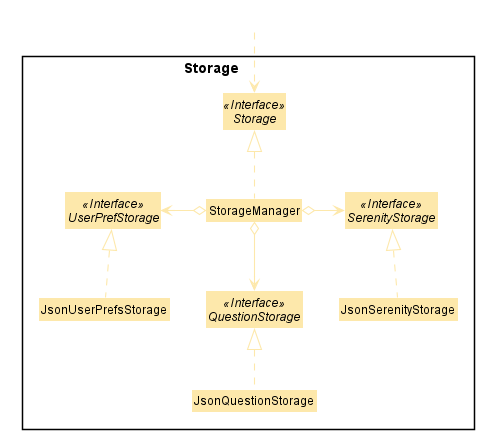
Above: docs/images/developerGuide/StorageClassDiagram.png in xinyee20/tp (PlantUML), before the change. The source it was exported from:
```plantuml
@startuml











skinparam BackgroundColor #FFFFFFF

skinparam Shadowing false

skinparam Class {
    FontColor #black
    BorderThickness 1
    BorderColor #FFFFFF
    StereotypeFontColor #black
    FontName Arial
}

skinparam Actor {
    FontColor #black
    BorderColor #black
    Color #black
    FontName Arial
}

skinparam Sequence {
    FontColor #black
    MessageAlign center
    BoxFontSize 15
    BoxPadding 0
    BoxFontColor #black
    FontName Arial
}

skinparam Participant {
    FontColor #black
    FontColor #black
    Padding 20
}

skinparam MinClassWidth 50
skinparam ParticipantPadding 10
skinparam Shadowing false
skinparam DefaultTextAlignment center
skinparam packageStyle Rectangle

hide footbox
hide members
hide circle
skinparam arrowThickness 1.1
skinparam arrowColor #FDE8AB
skinparam classBackgroundColor #FDE8AB

Package "Storage\t\t\t" <<Rectangle>>  {
Class StorageManager
Interface Storage <<Interface>>
Interface SerenityStorage <<Interface>>
Interface UserPrefStorage <<Interface>>
Interface QuestionStorage <<Interface>>
Class JsonUserPrefsStorage
Class JsonSerenityStorage
Class JsonQuestionStorage
}


class "  " #FFFFFF
"  " ..> Storage
StorageManager .u.|> Storage
StorageManager o-r-> SerenityStorage
StorageManager o-l-> UserPrefStorage
StorageManager o-d-> QuestionStorage
JsonUserPrefsStorage .u.|> UserPrefStorage
JsonSerenityStorage .u.|> SerenityStorage
JsonQuestionStorage .u.|> QuestionStorage

@enduml
```
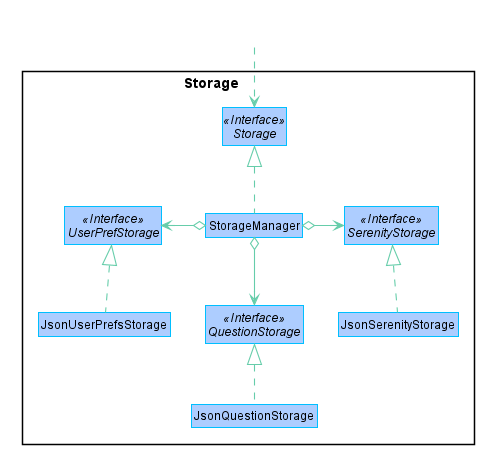
After the commit.

Diff of the diagram source:
```diff
@@ -53,9 +53,21 @@
 hide footbox
 hide members
 hide circle
-skinparam arrowThickness 1.1
-skinparam arrowColor #FDE8AB
-skinparam classBackgroundColor #FDE8AB
+
+hide member
+
+skinparam {
+arrowThickness 1.1
+arrowColor MediumAquaMarine
+classBackgroundColor #adcdff
+classBorderColor DeepSkyBlue
+classBackgroundColor<<HiddenOutside>> #FFFFFF
+classBorderColor<<HiddenOutside>> #FFFFFF
+classFontColor<<HiddenOutside>> #FFFFFF
+classStereotypeFontColor<<HiddenOutside>> #FFFFFF
+}
+
+Class hideOutside <<HiddenOutside>>
 
 Package "Storage\t\t\t" <<Rectangle>>  {
 Class StorageManager
@@ -68,9 +80,7 @@
 Class JsonQuestionStorage
 }
 
-
-class "  " #FFFFFF
-"  " ..> Storage
+hideOutside  ..> Storage
 StorageManager .u.|> Storage
 StorageManager o-r-> SerenityStorage
 StorageManager o-l-> UserPrefStorage
@@ -78,5 +88,4 @@
 JsonUserPrefsStorage .u.|> UserPrefStorage
 JsonSerenityStorage .u.|> SerenityStorage
 JsonQuestionStorage .u.|> QuestionStorage
-
 @enduml
```
